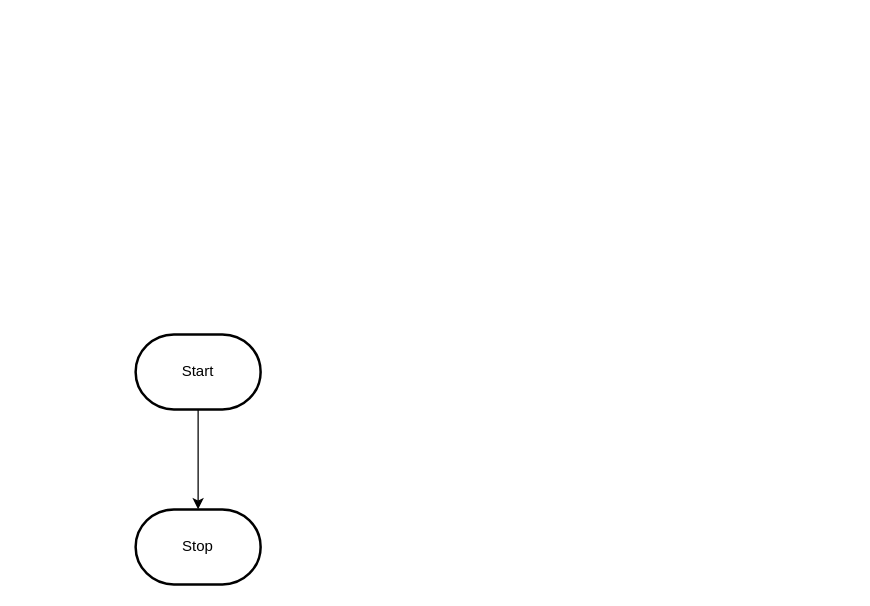
The draw.io diagram design/flowchart.drawio in MTHS-ICS2O-2-2022/ICS2O-Unit-6-02-jakub-malhotra, before the edit. Source tidied: cells renumbered, new cells numbered last; positions are measured from the earlier drawing's top-left corner, leaving out a move shared by most shapes. Both pictures are drawn from the tidied source at 125%, with x=0, y=0 at pixel (135, 334).
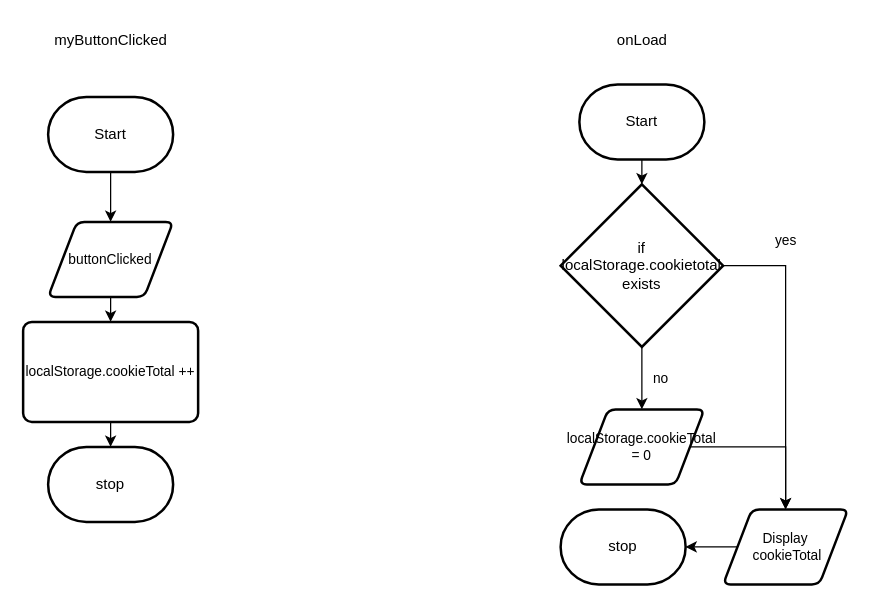
The same diagram, later.

What changed in the source:
```diff
@@
-    <mxCell id="2" style="edgeStyle=orthogonalEdgeStyle;html=1;rounded=0;" parent="1" edge="1" source="3" target="4">
-      <mxGeometry relative="1" as="geometry" />
-    </mxCell>
-    <mxCell id="3" value="Start" style="strokeWidth=2;html=1;shape=mxgraph.flowchart.terminator;whiteSpace=wrap;" parent="1" vertex="1">
-      <mxGeometry width="100" height="60" as="geometry" />
-    </mxCell>
-    <mxCell id="4" value="Stop" style="strokeWidth=2;html=1;shape=mxgraph.flowchart.terminator;whiteSpace=wrap;" parent="1" vertex="1">
-      <mxGeometry y="140" width="100" height="60" as="geometry" />
-    </mxCell>
+    <mxCell id="5" style="edgeStyle=none;html=1;" parent="1" edge="1" source="6">
+      <mxGeometry relative="1" as="geometry">
+        <mxPoint x="-20" y="-90" as="targetPoint" />
+      </mxGeometry>
+    </mxCell>
+    <mxCell id="6" value="Start" style="strokeWidth=2;html=1;shape=mxgraph.flowchart.terminator;whiteSpace=wrap;" parent="1" vertex="1">
+      <mxGeometry x="-70" y="-190" width="100" height="60" as="geometry" />
+    </mxCell>
+    <mxCell id="7" value="myButtonClicked" style="text;html=1;align=center;verticalAlign=middle;strokeColor=none;fillColor=none;" parent="1" vertex="1">
+      <mxGeometry x="-80" y="-250" width="120" height="30" as="geometry" />
+    </mxCell>
+    <mxCell id="8" value="onLoad" style="text;html=1;align=center;verticalAlign=middle;strokeColor=none;fillColor=none;" parent="1" vertex="1">
+      <mxGeometry x="370" y="-250" width="70" height="30" as="geometry" />
+    </mxCell>
+    <mxCell id="9" style="edgeStyle=orthogonalEdgeStyle;html=1;exitX=0.5;exitY=1;exitDx=0;exitDy=0;exitPerimeter=0;entryX=0.5;entryY=0;entryDx=0;entryDy=0;entryPerimeter=0;rounded=0;" parent="1" edge="1" source="10" target="13">
+      <mxGeometry relative="1" as="geometry" />
+    </mxCell>
+    <mxCell id="10" value="Start" style="strokeWidth=2;html=1;shape=mxgraph.flowchart.terminator;whiteSpace=wrap;" parent="1" vertex="1">
+      <mxGeometry x="355" y="-200" width="100" height="60" as="geometry" />
+    </mxCell>
+    <mxCell id="11" style="edgeStyle=orthogonalEdgeStyle;shape=connector;rounded=0;html=1;exitX=0.5;exitY=1;exitDx=0;exitDy=0;exitPerimeter=0;entryX=0.5;entryY=0;entryDx=0;entryDy=0;labelBackgroundColor=default;strokeColor=default;fontFamily=Helvetica;fontSize=11;fontColor=default;endArrow=classic;" parent="1" edge="1" source="13" target="17">
+      <mxGeometry relative="1" as="geometry" />
+    </mxCell>
+    <mxCell id="12" style="edgeStyle=orthogonalEdgeStyle;shape=connector;rounded=0;html=1;exitX=1;exitY=0.5;exitDx=0;exitDy=0;exitPerimeter=0;labelBackgroundColor=default;strokeColor=default;fontFamily=Helvetica;fontSize=11;fontColor=default;endArrow=classic;" parent="1" edge="1" source="13" target="19">
+      <mxGeometry relative="1" as="geometry" />
+    </mxCell>
+    <mxCell id="13" value="if&lt;br&gt;localStorage.cookietotal exists" style="strokeWidth=2;html=1;shape=mxgraph.flowchart.decision;whiteSpace=wrap;" parent="1" vertex="1">
+      <mxGeometry x="340" y="-120" width="130" height="130" as="geometry" />
+    </mxCell>
+    <mxCell id="14" value="yes" style="text;html=1;align=center;verticalAlign=middle;strokeColor=none;fillColor=none;fontSize=11;fontFamily=Helvetica;fontColor=default;" parent="1" vertex="1">
+      <mxGeometry x="500" y="-90" width="40" height="30" as="geometry" />
+    </mxCell>
+    <mxCell id="15" value="no" style="text;html=1;align=center;verticalAlign=middle;strokeColor=none;fillColor=none;fontSize=11;fontFamily=Helvetica;fontColor=default;" parent="1" vertex="1">
+      <mxGeometry x="400" y="20" width="40" height="30" as="geometry" />
+    </mxCell>
+    <mxCell id="16" style="edgeStyle=orthogonalEdgeStyle;shape=connector;rounded=0;html=1;exitX=1;exitY=0.5;exitDx=0;exitDy=0;entryX=0.5;entryY=0;entryDx=0;entryDy=0;labelBackgroundColor=default;strokeColor=default;fontFamily=Helvetica;fontSize=11;fontColor=default;endArrow=classic;" parent="1" edge="1" source="17" target="19">
+      <mxGeometry relative="1" as="geometry" />
+    </mxCell>
+    <mxCell id="17" value="localStorage.cookieTotal = 0" style="shape=parallelogram;html=1;strokeWidth=2;perimeter=parallelogramPerimeter;whiteSpace=wrap;rounded=1;arcSize=12;size=0.23;fontFamily=Helvetica;fontSize=11;fontColor=default;" parent="1" vertex="1">
+      <mxGeometry x="355" y="60" width="100" height="60" as="geometry" />
+    </mxCell>
+    <mxCell id="18" style="edgeStyle=orthogonalEdgeStyle;shape=connector;rounded=0;html=1;exitX=0;exitY=0.5;exitDx=0;exitDy=0;entryX=1;entryY=0.5;entryDx=0;entryDy=0;entryPerimeter=0;labelBackgroundColor=default;strokeColor=default;fontFamily=Helvetica;fontSize=11;fontColor=default;endArrow=classic;" parent="1" edge="1" source="19" target="20">
+      <mxGeometry relative="1" as="geometry" />
+    </mxCell>
+    <mxCell id="19" value="Display&lt;br&gt;&amp;nbsp;cookieTotal" style="shape=parallelogram;html=1;strokeWidth=2;perimeter=parallelogramPerimeter;whiteSpace=wrap;rounded=1;arcSize=12;size=0.23;fontFamily=Helvetica;fontSize=11;fontColor=default;" parent="1" vertex="1">
+      <mxGeometry x="470" y="140" width="100" height="60" as="geometry" />
+    </mxCell>
+    <mxCell id="20" value="stop" style="strokeWidth=2;html=1;shape=mxgraph.flowchart.terminator;whiteSpace=wrap;" parent="1" vertex="1">
+      <mxGeometry x="340" y="140" width="100" height="60" as="geometry" />
+    </mxCell>
+    <mxCell id="21" style="edgeStyle=orthogonalEdgeStyle;shape=connector;rounded=0;html=1;exitX=0.5;exitY=1;exitDx=0;exitDy=0;entryX=0.5;entryY=0;entryDx=0;entryDy=0;labelBackgroundColor=default;strokeColor=default;fontFamily=Helvetica;fontSize=11;fontColor=default;endArrow=classic;" parent="1" edge="1" source="22" target="24">
+      <mxGeometry relative="1" as="geometry" />
+    </mxCell>
+    <mxCell id="22" value="buttonClicked" style="shape=parallelogram;html=1;strokeWidth=2;perimeter=parallelogramPerimeter;whiteSpace=wrap;rounded=1;arcSize=12;size=0.23;fontFamily=Helvetica;fontSize=11;fontColor=default;" parent="1" vertex="1">
+      <mxGeometry x="-70" y="-90" width="100" height="60" as="geometry" />
+    </mxCell>
+    <mxCell id="23" style="edgeStyle=orthogonalEdgeStyle;shape=connector;rounded=0;html=1;exitX=0.5;exitY=1;exitDx=0;exitDy=0;entryX=0.5;entryY=0;entryDx=0;entryDy=0;entryPerimeter=0;labelBackgroundColor=default;strokeColor=default;fontFamily=Helvetica;fontSize=11;fontColor=default;endArrow=classic;" parent="1" edge="1" source="24" target="25">
+      <mxGeometry relative="1" as="geometry" />
+    </mxCell>
+    <mxCell id="24" value="localStorage.cookieTotal ++" style="rounded=1;whiteSpace=wrap;html=1;absoluteArcSize=1;arcSize=14;strokeWidth=2;fontFamily=Helvetica;fontSize=11;fontColor=default;" parent="1" vertex="1">
+      <mxGeometry x="-90" y="-10" width="140" height="80" as="geometry" />
+    </mxCell>
+    <mxCell id="25" value="stop" style="strokeWidth=2;html=1;shape=mxgraph.flowchart.terminator;whiteSpace=wrap;" parent="1" vertex="1">
+      <mxGeometry x="-70" y="90" width="100" height="60" as="geometry" />
+    </mxCell>
```
